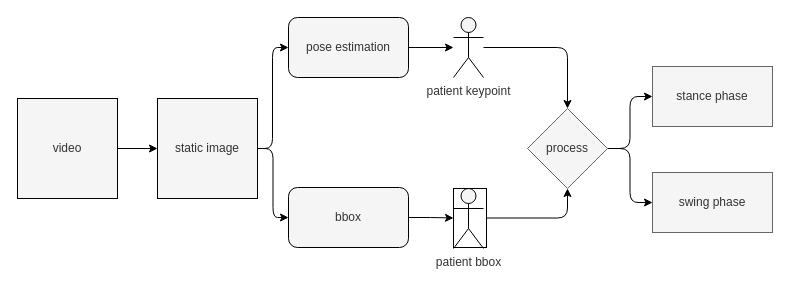
This is page "define gait cycle" (1 of 3) of images/figure.drawio from ChenKaiXuSan/Auto_Gait_Fusion_PyTorch, a draw.io file, before an edit. Source tidied: cells renumbered, new cells numbered last; positions are measured from the earlier drawing's top-left corner, leaving out a move shared by most shapes. Both pictures are drawn from the tidied source at 100%, with x=0, y=0 at pixel (17, 17).
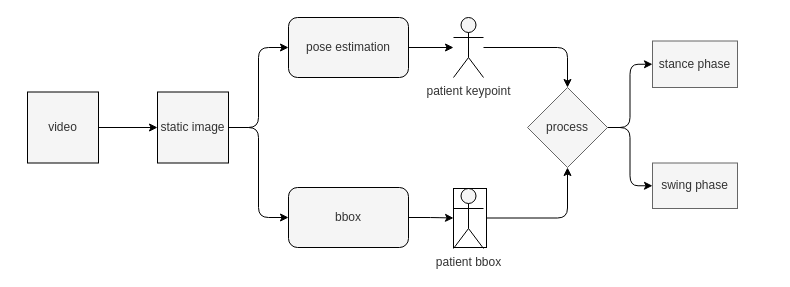
After the change.

Unchanged cells that the change refers to:
```xml
<mxCell id="8" value="pose estimation" style="rounded=1;whiteSpace=wrap;html=1;fillColor=#f5f5f5;strokeColor=#000000;fontColor=#333333;snapToPoint=0;fixDash=0;" parent="1" vertex="1">
  <mxGeometry x="271" width="120" height="60" as="geometry" />
</mxCell>
<mxCell id="17" value="bbox" style="rounded=1;whiteSpace=wrap;html=1;fillColor=#f5f5f5;strokeColor=#000000;fontColor=#333333;snapToPoint=0;fixDash=0;" parent="1" vertex="1">
  <mxGeometry x="271" y="170" width="120" height="60" as="geometry" />
</mxCell>
```

The edit, as a diff of the source:
```diff
@@
     <mxCell id="3" value="video" style="whiteSpace=wrap;html=1;fillColor=#f5f5f5;strokeColor=#000000;fontColor=#333333;snapToPoint=0;fixDash=0;" parent="1" vertex="1">
-      <mxGeometry y="81" width="100" height="100" as="geometry" />
+      <mxGeometry x="10" y="74.5" width="71" height="71" as="geometry" />
     </mxCell>
-    <mxCell id="4" style="edgeStyle=orthogonalEdgeStyle;html=1;fillColor=#f5f5f5;strokeColor=#000000;snapToPoint=0;fixDash=0;entryX=0;entryY=0.5;entryDx=0;entryDy=0;" parent="1" edge="1" source="6" target="8">
-      <mxGeometry relative="1" as="geometry">
-        <Array as="points">
-          <mxPoint x="255" y="131" />
-          <mxPoint x="255" y="30" />
-        </Array>
-      </mxGeometry>
+    <mxCell id="4" style="edgeStyle=orthogonalEdgeStyle;html=1;fillColor=#f5f5f5;strokeColor=#000000;snapToPoint=0;fixDash=0;entryX=0;entryY=0.5;entryDx=0;entryDy=0;exitX=1;exitY=0.5;exitDx=0;exitDy=0;" parent="1" edge="1" source="6" target="8">
+      <mxGeometry relative="1" as="geometry" />
     </mxCell>
-    <mxCell id="5" style="edgeStyle=orthogonalEdgeStyle;html=1;strokeColor=#000000;" parent="1" edge="1" source="6" target="17">
+    <mxCell id="5" style="edgeStyle=orthogonalEdgeStyle;html=1;strokeColor=#000000;entryX=0;entryY=0.5;entryDx=0;entryDy=0;" parent="1" edge="1" source="6" target="17">
       <mxGeometry relative="1" as="geometry" />
     </mxCell>
     <mxCell id="6" value="static image" style="whiteSpace=wrap;html=1;fillColor=#f5f5f5;strokeColor=#000000;fontColor=#333333;snapToPoint=0;fixDash=0;" parent="1" vertex="1">
-      <mxGeometry x="140" y="81" width="100" height="100" as="geometry" />
+      <mxGeometry x="140" y="74.5" width="71" height="71" as="geometry" />
     </mxCell>
@@
     <mxCell id="13" value="process" style="rhombus;whiteSpace=wrap;html=1;strokeColor=#666666;fillColor=#f5f5f5;fontColor=#333333;" parent="1" vertex="1">
-      <mxGeometry x="510" y="91" width="80" height="80" as="geometry" />
+      <mxGeometry x="510" y="70" width="80" height="80" as="geometry" />
     </mxCell>
     <mxCell id="14" value="stance phase" style="rounded=0;whiteSpace=wrap;html=1;strokeColor=#666666;fillColor=#f5f5f5;fontColor=#333333;" parent="1" vertex="1">
-      <mxGeometry x="635" y="49" width="120" height="60" as="geometry" />
+      <mxGeometry x="635" y="23.5" width="85" height="46.5" as="geometry" />
     </mxCell>
     <mxCell id="15" value="swing phase" style="rounded=0;whiteSpace=wrap;html=1;strokeColor=#666666;fillColor=#f5f5f5;fontColor=#333333;" parent="1" vertex="1">
-      <mxGeometry x="635" y="155" width="120" height="60" as="geometry" />
+      <mxGeometry x="635" y="145.5" width="85" height="45.5" as="geometry" />
     </mxCell>
```
